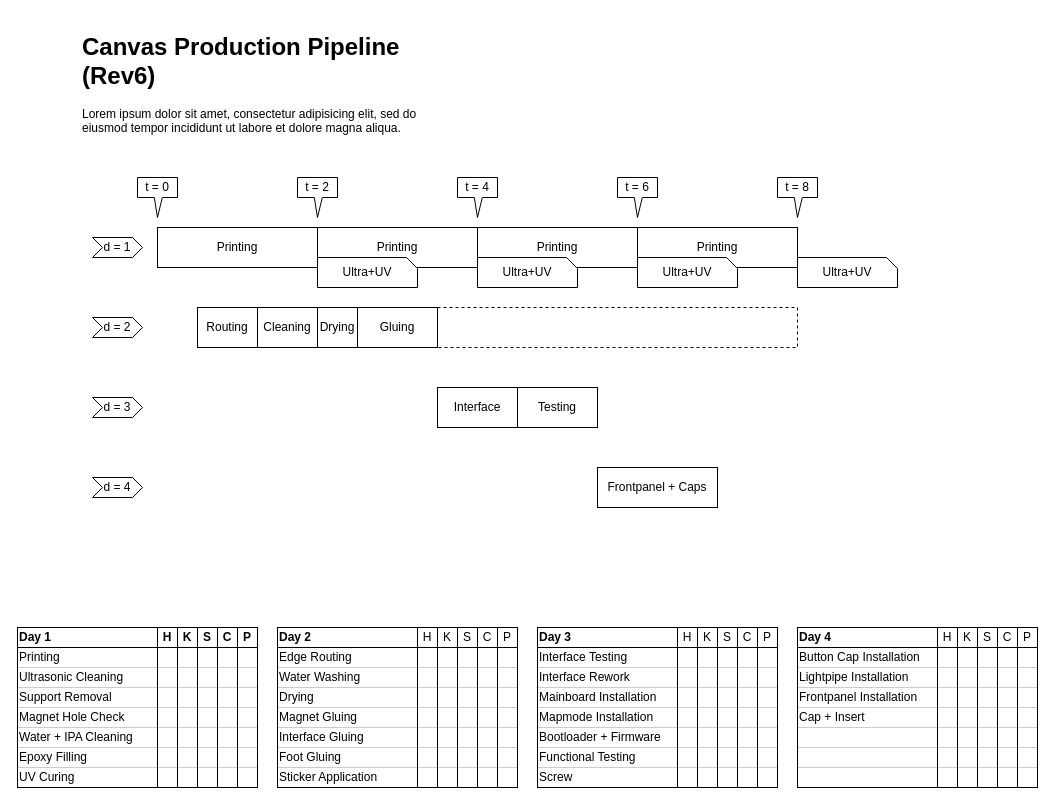
This is canvas/Canvas Production Pipeline.drawio from intechstudio/grid-manufacturing, a draw.io file, before an edit. Source tidied: cells renumbered, new cells numbered last; positions are measured from the earlier drawing's top-left corner, leaving out a move shared by most shapes. Both pictures are drawn from the tidied source at 100%, with x=0, y=0 at pixel (17, 27).
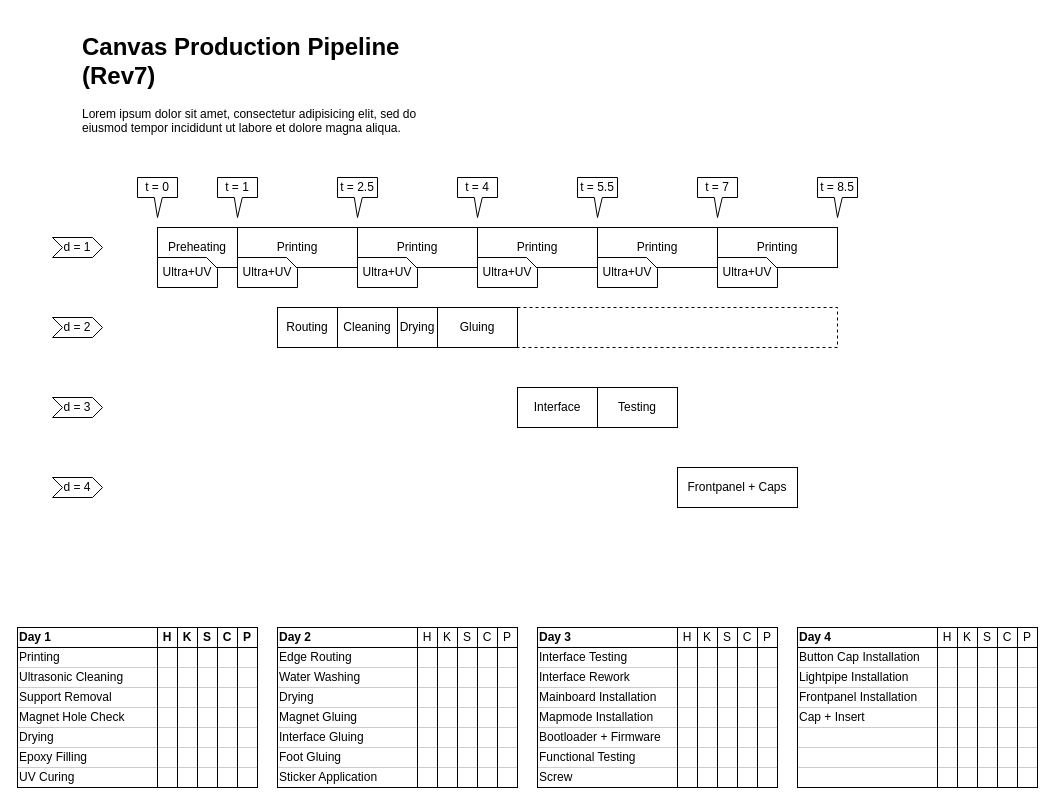
Above is the later version.

Diff of the diagram source:
```diff
@@
-    <mxCell id="24" value="Water + IPA Cleaning" style="rounded=0;whiteSpace=wrap;html=1;strokeColor=#CCCCCC;align=left;fontSize=12;" parent="1" vertex="1">
+    <mxCell id="24" value="Drying" style="rounded=0;whiteSpace=wrap;html=1;strokeColor=#CCCCCC;align=left;fontSize=12;" parent="1" vertex="1">
       <mxGeometry y="700" width="240" height="20" as="geometry" />
     </mxCell>
@@
     <mxCell id="29" value="Printing" style="rounded=0;whiteSpace=wrap;html=1;" parent="1" vertex="1">
-      <mxGeometry x="140" y="200" width="160" height="40" as="geometry" />
+      <mxGeometry x="220" y="200" width="120" height="40" as="geometry" />
     </mxCell>
-    <mxCell id="30" value="Printing&lt;br&gt;" style="rounded=0;whiteSpace=wrap;html=1;" parent="1" vertex="1">
-      <mxGeometry x="300" y="200" width="160" height="40" as="geometry" />
-    </mxCell>
     <mxCell id="31" value="Routing" style="rounded=0;whiteSpace=wrap;html=1;" parent="1" vertex="1">
-      <mxGeometry x="180" y="280" width="60" height="40" as="geometry" />
+      <mxGeometry x="260" y="280" width="60" height="40" as="geometry" />
     </mxCell>
     <mxCell id="32" value="Interface" style="rounded=0;whiteSpace=wrap;html=1;" parent="1" vertex="1">
-      <mxGeometry x="420" y="360" width="80" height="40" as="geometry" />
+      <mxGeometry x="500" y="360" width="80" height="40" as="geometry" />
     </mxCell>
     <mxCell id="33" value="Cleaning" style="rounded=0;whiteSpace=wrap;html=1;" parent="1" vertex="1">
-      <mxGeometry x="240" y="280" width="60" height="40" as="geometry" />
+      <mxGeometry x="320" y="280" width="60" height="40" as="geometry" />
     </mxCell>
     <mxCell id="34" style="rounded=0;whiteSpace=wrap;html=1;dashed=1;" parent="1" vertex="1">
-      <mxGeometry x="420" y="280" width="360" height="40" as="geometry" />
+      <mxGeometry x="500" y="280" width="320" height="40" as="geometry" />
     </mxCell>
     <mxCell id="35" value="Frontpanel + Caps" style="rounded=0;whiteSpace=wrap;html=1;" parent="1" vertex="1">
-      <mxGeometry x="580" y="440" width="120" height="40" as="geometry" />
+      <mxGeometry x="660" y="440" width="120" height="40" as="geometry" />
     </mxCell>
@@
-    <mxCell id="37" value="t = 2" style="shape=callout;whiteSpace=wrap;html=1;perimeter=calloutPerimeter;base=8;size=20;position=0.42;" parent="1" vertex="1">
-      <mxGeometry x="280" y="150" width="40" height="40" as="geometry" />
-    </mxCell>
-    <mxCell id="38" value="t = 4" style="shape=callout;whiteSpace=wrap;html=1;perimeter=calloutPerimeter;base=8;size=20;position=0.42;" parent="1" vertex="1">
-      <mxGeometry x="440" y="150" width="40" height="40" as="geometry" />
-    </mxCell>
-    <mxCell id="39" value="t = 6" style="shape=callout;whiteSpace=wrap;html=1;perimeter=calloutPerimeter;base=8;size=20;position=0.42;" parent="1" vertex="1">
-      <mxGeometry x="600" y="150" width="40" height="40" as="geometry" />
-    </mxCell>
-    <mxCell id="40" value="t = 8" style="shape=callout;whiteSpace=wrap;html=1;perimeter=calloutPerimeter;base=8;size=20;position=0.42;" parent="1" vertex="1">
-      <mxGeometry x="760" y="150" width="40" height="40" as="geometry" />
-    </mxCell>
     <mxCell id="41" value="d = 1" style="shape=step;perimeter=stepPerimeter;whiteSpace=wrap;html=1;fixedSize=1;size=10;" parent="1" vertex="1">
-      <mxGeometry x="75" y="210" width="50" height="20" as="geometry" />
+      <mxGeometry x="35" y="210" width="50" height="20" as="geometry" />
     </mxCell>
     <mxCell id="42" value="d = 2" style="shape=step;perimeter=stepPerimeter;whiteSpace=wrap;html=1;fixedSize=1;size=10;" parent="1" vertex="1">
-      <mxGeometry x="75" y="290" width="50" height="20" as="geometry" />
+      <mxGeometry x="35" y="290" width="50" height="20" as="geometry" />
     </mxCell>
     <mxCell id="43" value="d = 3" style="shape=step;perimeter=stepPerimeter;whiteSpace=wrap;html=1;fixedSize=1;size=10;" parent="1" vertex="1">
-      <mxGeometry x="75" y="370" width="50" height="20" as="geometry" />
+      <mxGeometry x="35" y="370" width="50" height="20" as="geometry" />
     </mxCell>
     <mxCell id="44" value="d = 4" style="shape=step;perimeter=stepPerimeter;whiteSpace=wrap;html=1;fixedSize=1;size=10;" parent="1" vertex="1">
-      <mxGeometry x="75" y="450" width="50" height="20" as="geometry" />
+      <mxGeometry x="35" y="450" width="50" height="20" as="geometry" />
     </mxCell>
-    <mxCell id="45" value="&lt;h1&gt;Canvas Production Pipeline (Rev6)&lt;br&gt;&lt;/h1&gt;&lt;p&gt;Lorem ipsum dolor sit amet, consectetur adipisicing elit, sed do eiusmod tempor incididunt ut labore et dolore magna aliqua.&lt;/p&gt;" style="text;html=1;strokeColor=none;fillColor=none;spacing=5;spacingTop=-20;whiteSpace=wrap;overflow=hidden;rounded=0;" parent="1" vertex="1">
+    <mxCell id="45" value="&lt;h1&gt;Canvas Production Pipeline (Rev7)&lt;br&gt;&lt;/h1&gt;&lt;p&gt;Lorem ipsum dolor sit amet, consectetur adipisicing elit, sed do eiusmod tempor incididunt ut labore et dolore magna aliqua.&lt;/p&gt;" style="text;html=1;strokeColor=none;fillColor=none;spacing=5;spacingTop=-20;whiteSpace=wrap;overflow=hidden;rounded=0;" parent="1" vertex="1">
       <mxGeometry x="60" width="360" height="120" as="geometry" />
     </mxCell>
-    <mxCell id="46" value="Ultra+UV" style="shape=card;whiteSpace=wrap;html=1;direction=south;size=11;" parent="1" vertex="1">
-      <mxGeometry x="300" y="230" width="100" height="30" as="geometry" />
-    </mxCell>
-    <mxCell id="47" value="Printing&lt;br&gt;" style="rounded=0;whiteSpace=wrap;html=1;" parent="1" vertex="1">
-      <mxGeometry x="460" y="200" width="160" height="40" as="geometry" />
-    </mxCell>
-    <mxCell id="48" value="Ultra+UV" style="shape=card;whiteSpace=wrap;html=1;direction=south;size=11;" parent="1" vertex="1">
-      <mxGeometry x="460" y="230" width="100" height="30" as="geometry" />
-    </mxCell>
-    <mxCell id="49" value="Printing&lt;br&gt;" style="rounded=0;whiteSpace=wrap;html=1;" parent="1" vertex="1">
-      <mxGeometry x="620" y="200" width="160" height="40" as="geometry" />
-    </mxCell>
-    <mxCell id="50" value="Ultra+UV" style="shape=card;whiteSpace=wrap;html=1;direction=south;size=11;" parent="1" vertex="1">
-      <mxGeometry x="620" y="230" width="100" height="30" as="geometry" />
-    </mxCell>
-    <mxCell id="51" value="Ultra+UV" style="shape=card;whiteSpace=wrap;html=1;direction=south;size=11;" parent="1" vertex="1">
-      <mxGeometry x="780" y="230" width="100" height="30" as="geometry" />
-    </mxCell>
@@
     <mxCell id="102" value="&lt;div&gt;Drying&lt;/div&gt;" style="rounded=0;whiteSpace=wrap;html=1;" parent="1" vertex="1">
-      <mxGeometry x="300" y="280" width="40" height="40" as="geometry" />
+      <mxGeometry x="380" y="280" width="40" height="40" as="geometry" />
     </mxCell>
     <mxCell id="103" value="&lt;div&gt;Gluing&lt;/div&gt;" style="rounded=0;whiteSpace=wrap;html=1;" parent="1" vertex="1">
-      <mxGeometry x="340" y="280" width="80" height="40" as="geometry" />
+      <mxGeometry x="420" y="280" width="80" height="40" as="geometry" />
     </mxCell>
     <mxCell id="104" value="Testing" style="rounded=0;whiteSpace=wrap;html=1;" parent="1" vertex="1">
-      <mxGeometry x="500" y="360" width="80" height="40" as="geometry" />
+      <mxGeometry x="580" y="360" width="80" height="40" as="geometry" />
     </mxCell>
+    <mxCell id="105" value="Preheating" style="rounded=0;whiteSpace=wrap;html=1;" parent="1" vertex="1">
+      <mxGeometry x="140" y="200" width="80" height="40" as="geometry" />
+    </mxCell>
+    <mxCell id="106" value="t = 1" style="shape=callout;whiteSpace=wrap;html=1;perimeter=calloutPerimeter;base=8;size=20;position=0.42;" parent="1" vertex="1">
+      <mxGeometry x="200" y="150" width="40" height="40" as="geometry" />
+    </mxCell>
+    <mxCell id="107" value="Ultra+UV" style="shape=card;whiteSpace=wrap;html=1;direction=south;size=11;" parent="1" vertex="1">
+      <mxGeometry x="220" y="230" width="60" height="30" as="geometry" />
+    </mxCell>
+    <mxCell id="108" value="Printing" style="rounded=0;whiteSpace=wrap;html=1;" parent="1" vertex="1">
+      <mxGeometry x="340" y="200" width="120" height="40" as="geometry" />
+    </mxCell>
+    <mxCell id="109" value="t = 2.5" style="shape=callout;whiteSpace=wrap;html=1;perimeter=calloutPerimeter;base=8;size=20;position=0.42;" parent="1" vertex="1">
+      <mxGeometry x="320" y="150" width="40" height="40" as="geometry" />
+    </mxCell>
+    <mxCell id="110" value="Ultra+UV" style="shape=card;whiteSpace=wrap;html=1;direction=south;size=11;" parent="1" vertex="1">
+      <mxGeometry x="340" y="230" width="60" height="30" as="geometry" />
+    </mxCell>
+    <mxCell id="111" value="Printing" style="rounded=0;whiteSpace=wrap;html=1;" parent="1" vertex="1">
+      <mxGeometry x="460" y="200" width="120" height="40" as="geometry" />
+    </mxCell>
+    <mxCell id="38" value="t = 4" style="shape=callout;whiteSpace=wrap;html=1;perimeter=calloutPerimeter;base=8;size=20;position=0.42;" parent="1" vertex="1">
+      <mxGeometry x="440" y="150" width="40" height="40" as="geometry" />
+    </mxCell>
+    <mxCell id="112" value="Ultra+UV" style="shape=card;whiteSpace=wrap;html=1;direction=south;size=11;" parent="1" vertex="1">
+      <mxGeometry x="460" y="230" width="60" height="30" as="geometry" />
+    </mxCell>
+    <mxCell id="113" value="Printing" style="rounded=0;whiteSpace=wrap;html=1;" parent="1" vertex="1">
+      <mxGeometry x="580" y="200" width="120" height="40" as="geometry" />
+    </mxCell>
+    <mxCell id="114" value="t = 5.5" style="shape=callout;whiteSpace=wrap;html=1;perimeter=calloutPerimeter;base=8;size=20;position=0.42;" parent="1" vertex="1">
+      <mxGeometry x="560" y="150" width="40" height="40" as="geometry" />
+    </mxCell>
+    <mxCell id="115" value="Ultra+UV" style="shape=card;whiteSpace=wrap;html=1;direction=south;size=11;" parent="1" vertex="1">
+      <mxGeometry x="580" y="230" width="60" height="30" as="geometry" />
+    </mxCell>
+    <mxCell id="116" value="Printing" style="rounded=0;whiteSpace=wrap;html=1;" parent="1" vertex="1">
+      <mxGeometry x="700" y="200" width="120" height="40" as="geometry" />
+    </mxCell>
+    <mxCell id="117" value="t = 7" style="shape=callout;whiteSpace=wrap;html=1;perimeter=calloutPerimeter;base=8;size=20;position=0.42;" parent="1" vertex="1">
+      <mxGeometry x="680" y="150" width="40" height="40" as="geometry" />
+    </mxCell>
+    <mxCell id="118" value="Ultra+UV" style="shape=card;whiteSpace=wrap;html=1;direction=south;size=11;" parent="1" vertex="1">
+      <mxGeometry x="700" y="230" width="60" height="30" as="geometry" />
+    </mxCell>
+    <mxCell id="119" value="t = 8.5" style="shape=callout;whiteSpace=wrap;html=1;perimeter=calloutPerimeter;base=8;size=20;position=0.42;" parent="1" vertex="1">
+      <mxGeometry x="800" y="150" width="40" height="40" as="geometry" />
+    </mxCell>
+    <mxCell id="120" value="Ultra+UV" style="shape=card;whiteSpace=wrap;html=1;direction=south;size=11;" parent="1" vertex="1">
+      <mxGeometry x="140" y="230" width="60" height="30" as="geometry" />
+    </mxCell>
```
